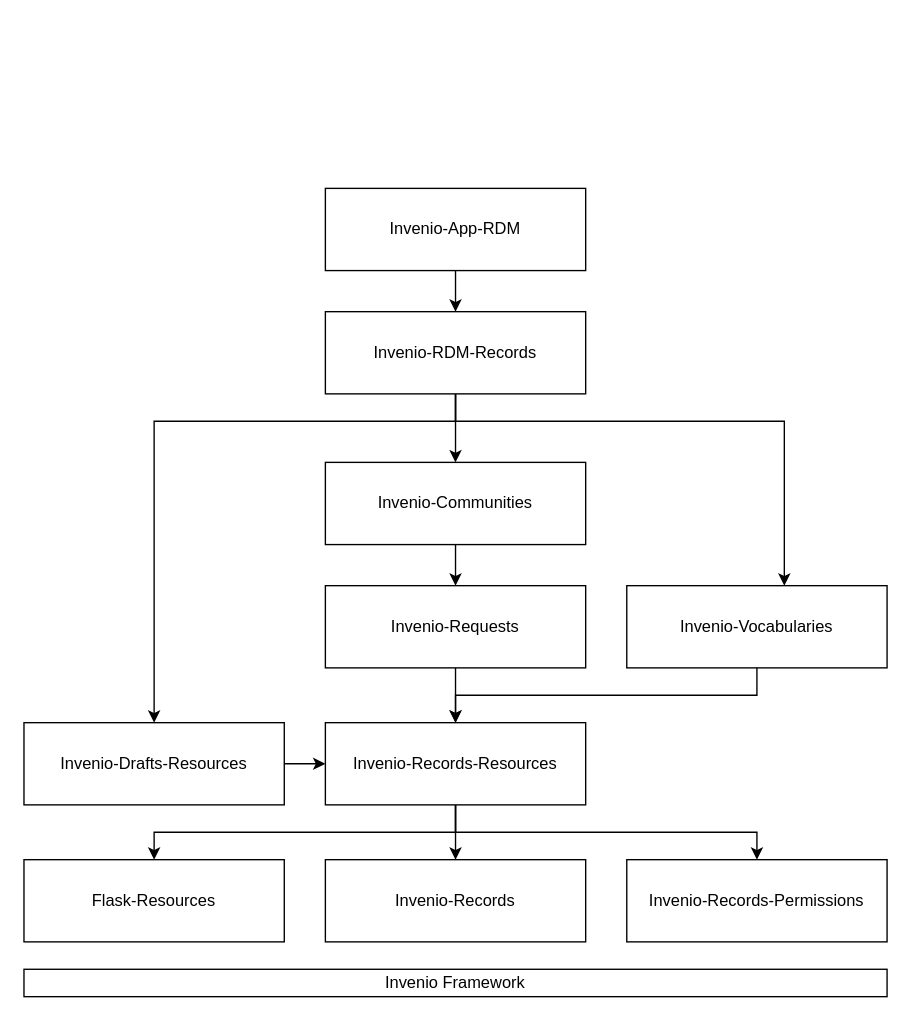
inveniosoftware/docs-invenio-rdm keeps this draw.io diagram as docs/develop/img/repository-overview.drawio. Above is the earlier version. Source tidied: cells renumbered, new cells numbered last; positions are measured from the earlier drawing's top-left corner, leaving out a move shared by most shapes. Both pictures are drawn from the tidied source at 137%, with x=0, y=0 at pixel (23, 188).
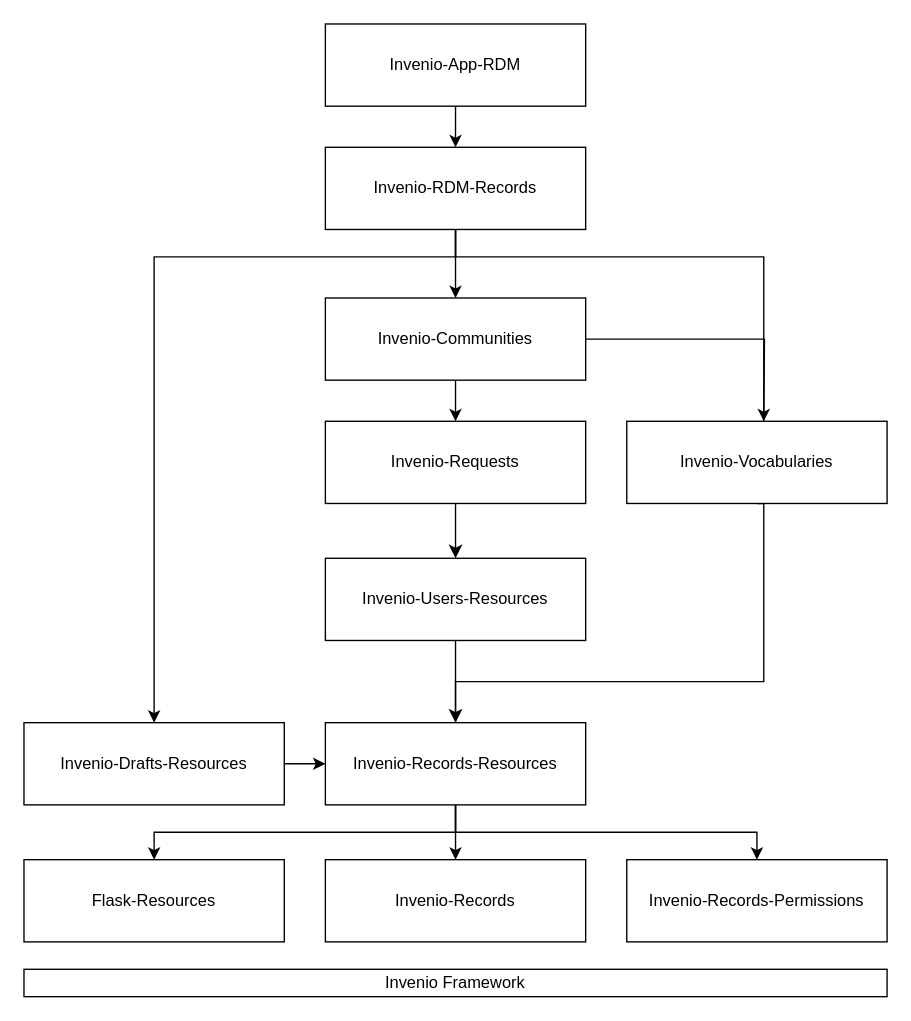
The same diagram, later.

Commit message (it also covers changes not shown here):
images: update repository overview

The change refers to these unchanged cells:
```xml
<mxCell id="13" value="Invenio-Drafts-Resources" style="rounded=0;whiteSpace=wrap;html=1;" parent="1" vertex="1">
  <mxGeometry y="390" width="190" height="60" as="geometry" />
</mxCell>
<mxCell id="17" value="Invenio-Records-Resources" style="rounded=0;whiteSpace=wrap;html=1;" parent="1" vertex="1">
  <mxGeometry x="220" y="390" width="190" height="60" as="geometry" />
</mxCell>
```

Diff of the diagram source:
```diff
@@
     <mxCell id="3" value="Invenio-App-RDM" style="rounded=0;whiteSpace=wrap;html=1;" parent="1" vertex="1">
-      <mxGeometry x="220" width="190" height="60" as="geometry" />
+      <mxGeometry x="220" y="-120" width="190" height="60" as="geometry" />
     </mxCell>
@@
     <mxCell id="5" style="edgeStyle=orthogonalEdgeStyle;rounded=0;jettySize=auto;html=1;exitX=0.5;exitY=1;exitDx=0;exitDy=0;" parent="1" edge="1" source="7" target="22">
       <mxGeometry relative="1" as="geometry">
         <Array as="points">
-          <mxPoint x="315" y="170" />
-          <mxPoint x="555" y="170" />
+          <mxPoint x="315" y="50" />
+          <mxPoint x="540" y="50" />
         </Array>
       </mxGeometry>
     </mxCell>
     <mxCell id="6" style="edgeStyle=orthogonalEdgeStyle;rounded=0;jettySize=auto;html=1;exitX=0.5;exitY=1;exitDx=0;exitDy=0;" parent="1" edge="1" source="7" target="13">
       <mxGeometry relative="1" as="geometry">
         <Array as="points">
-          <mxPoint x="315" y="170" />
-          <mxPoint x="95" y="170" />
+          <mxPoint x="315" y="50" />
+          <mxPoint x="95" y="50" />
         </Array>
       </mxGeometry>
     </mxCell>
     <mxCell id="7" value="Invenio-RDM-Records" style="rounded=0;whiteSpace=wrap;html=1;" parent="1" vertex="1">
-      <mxGeometry x="220" y="90" width="190" height="60" as="geometry" />
+      <mxGeometry x="220" y="-30" width="190" height="60" as="geometry" />
     </mxCell>
-    <mxCell id="8" style="edgeStyle=orthogonalEdgeStyle;rounded=0;jettySize=auto;html=1;exitX=0.5;exitY=1;exitDx=0;exitDy=0;" parent="1" edge="1" source="9" target="17">
-      <mxGeometry relative="1" as="geometry" />
-    </mxCell>
+    <mxCell id="24" style="edgeStyle=orthogonalEdgeStyle;rounded=0;jettySize=auto;html=1;exitX=0.5;exitY=1;exitDx=0;exitDy=0;entryX=0.5;entryY=0;entryDx=0;entryDy=0;endArrow=classic;endFill=1;endSize=7;" parent="1" edge="1" source="9" target="27">
+      <mxGeometry relative="1" as="geometry" />
+    </mxCell>
     <mxCell id="9" value="Invenio-Requests" style="rounded=0;whiteSpace=wrap;html=1;" parent="1" vertex="1">
-      <mxGeometry x="220" y="290" width="190" height="60" as="geometry" />
+      <mxGeometry x="220" y="170" width="190" height="60" as="geometry" />
     </mxCell>
@@
+    <mxCell id="25" style="edgeStyle=orthogonalEdgeStyle;rounded=0;jettySize=auto;html=1;endArrow=none;endFill=0;endSize=7;" parent="1" edge="1" source="11">
+      <mxGeometry relative="1" as="geometry">
+        <mxPoint x="540" y="170" as="targetPoint" />
+      </mxGeometry>
+    </mxCell>
     <mxCell id="11" value="Invenio-Communities" style="rounded=0;whiteSpace=wrap;html=1;" parent="1" vertex="1">
-      <mxGeometry x="220" y="200" width="190" height="60" as="geometry" />
+      <mxGeometry x="220" y="80" width="190" height="60" as="geometry" />
     </mxCell>
@@
-    <mxCell id="21" style="edgeStyle=orthogonalEdgeStyle;rounded=0;jettySize=auto;html=1;exitX=0.5;exitY=1;exitDx=0;exitDy=0;" parent="1" edge="1" source="22" target="17">
-      <mxGeometry relative="1" as="geometry" />
+    <mxCell id="21" style="edgeStyle=orthogonalEdgeStyle;rounded=0;jettySize=auto;html=1;exitX=0.5;exitY=1;exitDx=0;exitDy=0;endArrow=none;endFill=0;entryX=0.5;entryY=0;entryDx=0;entryDy=0;" parent="1" edge="1" source="22" target="17">
+      <mxGeometry relative="1" as="geometry">
+        <Array as="points">
+          <mxPoint x="540" y="230" />
+          <mxPoint x="540" y="360" />
+          <mxPoint x="315" y="360" />
+        </Array>
+      </mxGeometry>
     </mxCell>
     <mxCell id="22" value="Invenio-Vocabularies" style="rounded=0;whiteSpace=wrap;html=1;" parent="1" vertex="1">
-      <mxGeometry x="440" y="290" width="190" height="60" as="geometry" />
+      <mxGeometry x="440" y="170" width="190" height="60" as="geometry" />
     </mxCell>
@@
+    <mxCell id="26" style="edgeStyle=orthogonalEdgeStyle;rounded=0;jettySize=auto;html=1;exitX=0.5;exitY=1;exitDx=0;exitDy=0;endArrow=classic;endFill=1;endSize=7;" parent="1" edge="1" source="27" target="17">
+      <mxGeometry relative="1" as="geometry" />
+    </mxCell>
+    <mxCell id="27" value="Invenio-Users-Resources" style="rounded=0;whiteSpace=wrap;html=1;" parent="1" vertex="1">
+      <mxGeometry x="220" y="270" width="190" height="60" as="geometry" />
+    </mxCell>
```
